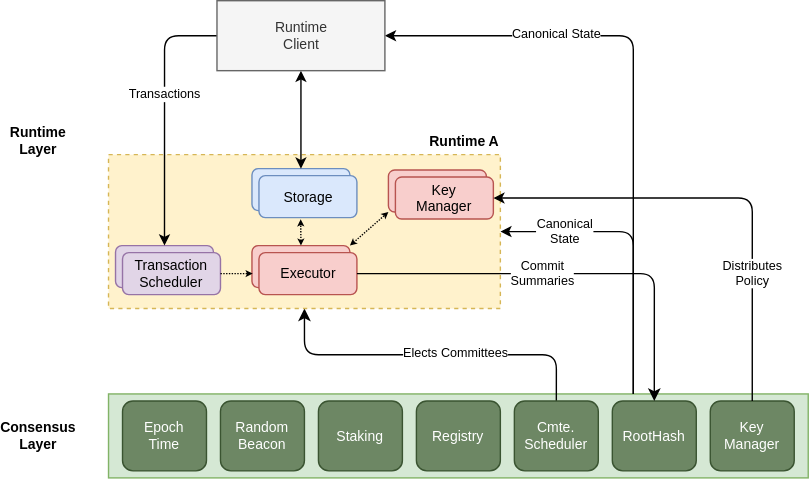
The draw.io diagram docs/images/oasis-core-runtime-details.svg in oasisprotocol/oasis-core, before a commit. Source tidied: cells renumbered, new cells last; positions are measured from the earlier drawing's top-left corner, leaving out a move shared by most shapes.
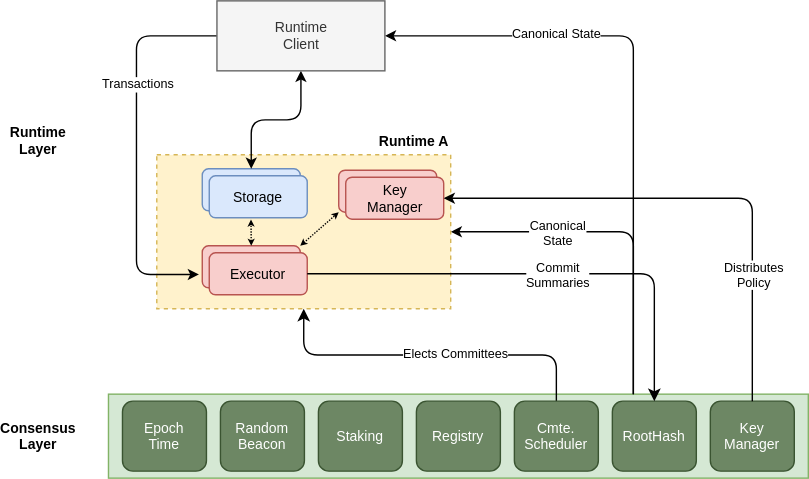
The same diagram one commit later.

Commit message:
docs/runtime: Remove separate transaction scheduler committee

Change to the diagram source:
```diff
@@ -37,7 +37,7 @@
     </mxCell>
     <mxCell id="11" value="Canonical&lt;br style=&quot;font-size: 9px;&quot;&gt;State" style="edgeLabel;html=1;align=center;verticalAlign=middle;fontSize=9;" parent="10" vertex="1">
       <mxGeometry x="0.71" relative="1" as="geometry">
-        <mxPoint x="15.5" as="offset" />
+        <mxPoint x="40" as="offset" />
       </mxGeometry>
     </mxCell>
     <mxCell id="12" style="edgeStyle=orthogonalEdgeStyle;rounded=1;jettySize=auto;html=1;exitX=0.75;exitY=0;exitDx=0;exitDy=0;entryX=1;entryY=0.5;entryDx=0;entryDy=0;startArrow=none;startFill=0;startSize=5;endSize=5;fontSize=10;" parent="1" edge="1" source="2" target="34">
@@ -61,19 +61,10 @@
       <mxGeometry y="301" width="40" height="20" as="geometry" />
     </mxCell>
     <mxCell id="18" style="rounded=0;whiteSpace=wrap;html=1;fontSize=10;fillColor=#fff2cc;strokeColor=#d6b656;dashed=1;" parent="1" vertex="1">
-      <mxGeometry x="70" y="110" width="280" height="110" as="geometry" />
+      <mxGeometry x="104.5" y="110" width="210" height="110" as="geometry" />
     </mxCell>
-    <mxCell id="19" style="group;" parent="1" vertex="1">
-      <mxGeometry x="75" y="175" width="75" height="35" as="geometry" />
-    </mxCell>
-    <mxCell id="20" value="Transaction&lt;br&gt;Scheduler" style="rounded=1;whiteSpace=wrap;html=1;fontSize=10;fillColor=#e1d5e7;strokeColor=#9673a6;" parent="19" vertex="1">
-      <mxGeometry width="70" height="30" as="geometry" />
-    </mxCell>
-    <mxCell id="21" value="Transaction&lt;br&gt;Scheduler" style="rounded=1;whiteSpace=wrap;html=1;fontSize=10;fillColor=#e1d5e7;strokeColor=#9673a6;" parent="19" vertex="1">
-      <mxGeometry x="5" y="5" width="70" height="30" as="geometry" />
-    </mxCell>
     <mxCell id="22" style="group;" parent="1" vertex="1">
-      <mxGeometry x="172.5" y="175" width="75" height="35" as="geometry" />
+      <mxGeometry x="137" y="175" width="75" height="35" as="geometry" />
     </mxCell>
     <mxCell id="23" value="Executor" style="rounded=1;whiteSpace=wrap;html=1;fontSize=10;fillColor=#f8cecc;strokeColor=#b85450;" parent="22" vertex="1">
       <mxGeometry width="70" height="30" as="geometry" />
@@ -82,7 +73,7 @@
       <mxGeometry x="5" y="5" width="70" height="30" as="geometry" />
     </mxCell>
     <mxCell id="25" style="group;" parent="1" vertex="1">
-      <mxGeometry x="172.5" y="120" width="75" height="35" as="geometry" />
+      <mxGeometry x="137" y="120" width="75" height="35" as="geometry" />
     </mxCell>
     <mxCell id="26" value="Storage" style="rounded=1;whiteSpace=wrap;html=1;fontSize=10;fillColor=#dae8fc;strokeColor=#6c8ebf;" parent="25" vertex="1">
       <mxGeometry width="70" height="30" as="geometry" />
@@ -95,7 +86,7 @@
     </mxCell>
     <mxCell id="29" value="Commit&lt;br style=&quot;font-size: 9px;&quot;&gt;Summaries" style="edgeLabel;html=1;align=center;verticalAlign=middle;fontSize=9;" parent="28" vertex="1">
       <mxGeometry x="-0.19" y="-44" relative="1" as="geometry">
-        <mxPoint x="10.4" y="-44" as="offset" />
+        <mxPoint x="41" y="-44" as="offset" />
       </mxGeometry>
     </mxCell>
     <mxCell id="30" style="edgeStyle=orthogonalEdgeStyle;rounded=1;jettySize=auto;html=1;exitX=0.5;exitY=0;exitDx=0;exitDy=0;entryX=0.426;entryY=1.041;entryDx=0;entryDy=0;entryPerimeter=0;dashed=1;dashPattern=1 1;endSize=2;startSize=2;startArrow=classic;startFill=1;" parent="1" edge="1" source="23" target="27">
@@ -104,25 +95,27 @@
     <mxCell id="31" style="edgeStyle=orthogonalEdgeStyle;rounded=1;jettySize=auto;html=1;exitX=0.5;exitY=1;exitDx=0;exitDy=0;entryX=0.5;entryY=0;entryDx=0;entryDy=0;startArrow=classic;startFill=1;startSize=5;endSize=5;fontSize=10;" parent="1" edge="1" source="34" target="26">
       <mxGeometry relative="1" as="geometry" />
     </mxCell>
-    <mxCell id="32" style="edgeStyle=orthogonalEdgeStyle;rounded=1;jettySize=auto;html=1;exitX=0;exitY=0.5;exitDx=0;exitDy=0;entryX=0.5;entryY=0;entryDx=0;entryDy=0;startArrow=none;startFill=0;startSize=5;endSize=5;fontSize=10;" parent="1" edge="1" source="34" target="20">
-      <mxGeometry relative="1" as="geometry" />
+    <mxCell id="32" style="edgeStyle=orthogonalEdgeStyle;rounded=1;jettySize=auto;html=1;exitX=0;exitY=0.5;exitDx=0;exitDy=0;startArrow=none;startFill=0;startSize=5;endSize=5;fontSize=10;entryX=-0.105;entryY=0.515;entryDx=0;entryDy=0;entryPerimeter=0;" parent="1" edge="1" source="34" target="24">
+      <mxGeometry relative="1" as="geometry">
+        <Array as="points">
+          <mxPoint x="90" y="25" />
+          <mxPoint x="90" y="196" />
+        </Array>
+      </mxGeometry>
     </mxCell>
     <mxCell id="33" value="Transactions" style="edgeLabel;html=1;align=center;verticalAlign=middle;fontSize=9;" parent="32" vertex="1">
-      <mxGeometry x="-0.16" relative="1" as="geometry" />
+      <mxGeometry x="-0.16" relative="1" as="geometry">
+        <mxPoint y="-23.5" as="offset" />
+      </mxGeometry>
     </mxCell>
     <mxCell id="34" value="Runtime&lt;br&gt;Client" style="rounded=0;whiteSpace=wrap;html=1;fontSize=10;fillColor=#f5f5f5;strokeColor=#666666;fontColor=#333333;glass=0;" parent="1" vertex="1">
       <mxGeometry x="147.5" width="120" height="50" as="geometry" />
     </mxCell>
     <mxCell id="35" value="Runtime A" style="text;html=1;strokeColor=none;fillColor=none;align=center;verticalAlign=middle;whiteSpace=wrap;rounded=0;fontSize=10;fontStyle=1;" parent="1" vertex="1">
-      <mxGeometry x="297.5" y="90" width="52.5" height="20" as="geometry" />
+      <mxGeometry x="262" y="90" width="52.5" height="20" as="geometry" />
     </mxCell>
-    <mxCell id="36" style="edgeStyle=orthogonalEdgeStyle;rounded=1;jettySize=auto;html=1;exitX=1;exitY=0.5;exitDx=0;exitDy=0;startArrow=none;startFill=0;startSize=2;endSize=2;fontSize=10;dashed=1;dashPattern=1 1;targetPerimeterSpacing=0;" parent="1" edge="1" source="21">
-      <mxGeometry relative="1" as="geometry">
-        <mxPoint x="173" y="195" as="targetPoint" />
-      </mxGeometry>
-    </mxCell>
     <mxCell id="37" style="group;" parent="1" vertex="1">
-      <mxGeometry x="270" y="121" width="75" height="35" as="geometry" />
+      <mxGeometry x="234.5" y="121" width="75" height="35" as="geometry" />
     </mxCell>
     <mxCell id="38" value="Executor" style="rounded=1;whiteSpace=wrap;html=1;fontSize=10;fillColor=#f8cecc;strokeColor=#b85450;" parent="37" vertex="1">
       <mxGeometry width="70" height="30" as="geometry" />
@@ -138,7 +131,7 @@
     </mxCell>
     <mxCell id="42" value="Distributes&lt;br style=&quot;font-size: 9px&quot;&gt;Policy" style="edgeLabel;html=1;align=center;verticalAlign=middle;fontSize=9;" parent="41" vertex="1">
       <mxGeometry x="0.12" y="-62" relative="1" as="geometry">
-        <mxPoint x="39.6" y="116" as="offset" />
+        <mxPoint x="59" y="116" as="offset" />
       </mxGeometry>
     </mxCell>
   </root>
```
